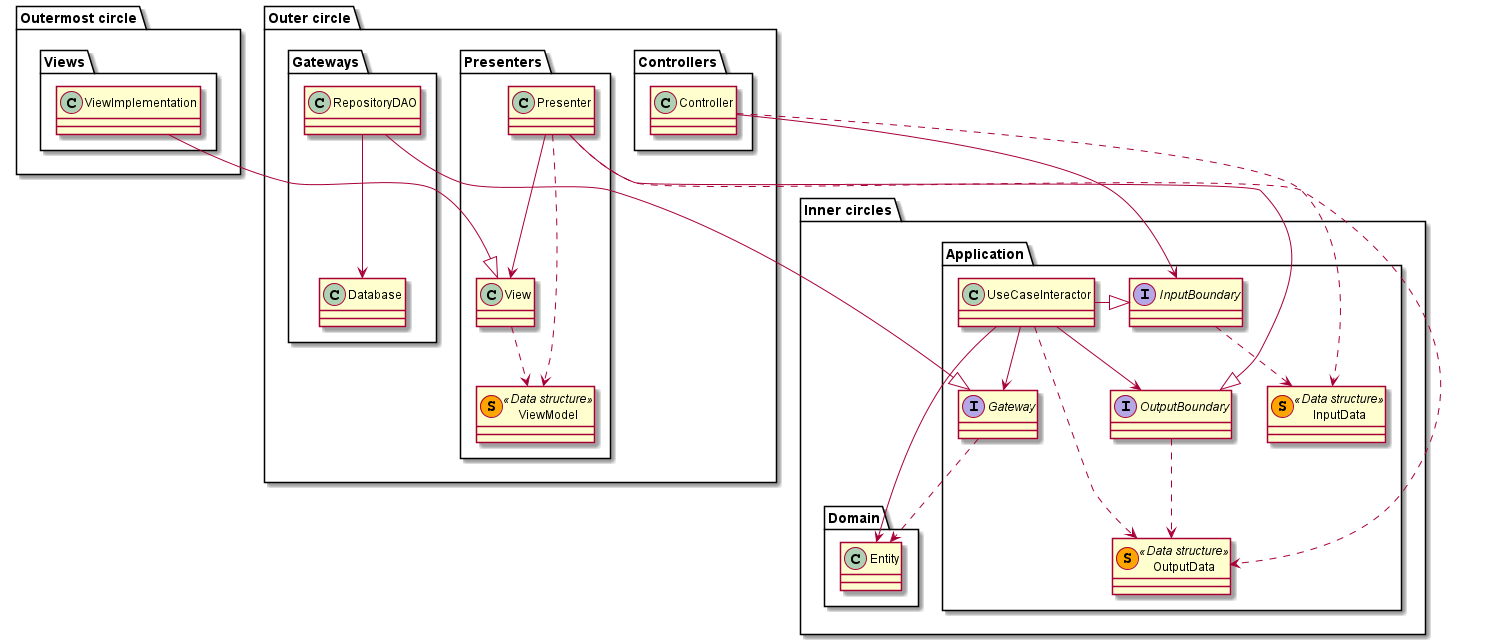
The PlantUML diagram Docs/Architecture/CleanArchitecture-ClassesDiagram-Cohesive.png in x-USantaTecla-game-uno/requirements, before a commit.
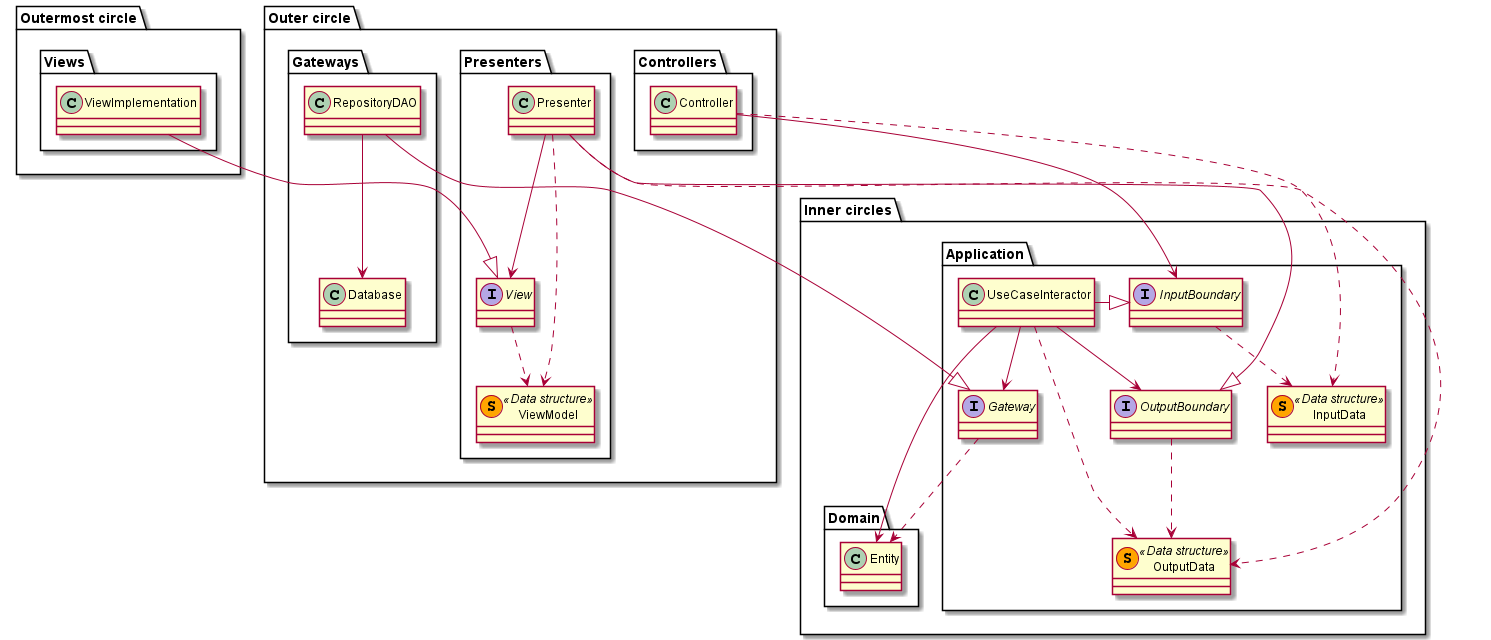
Later version of the same file.

Commit message:
Architecture final version with summary diagram

Diff of the diagram source:
```diff
@@ -48,6 +48,8 @@
 
     package Presenters
     {
+        interface View
+
         Presenter --|> OutputBoundary
         Presenter ..> OutputData
 
```
